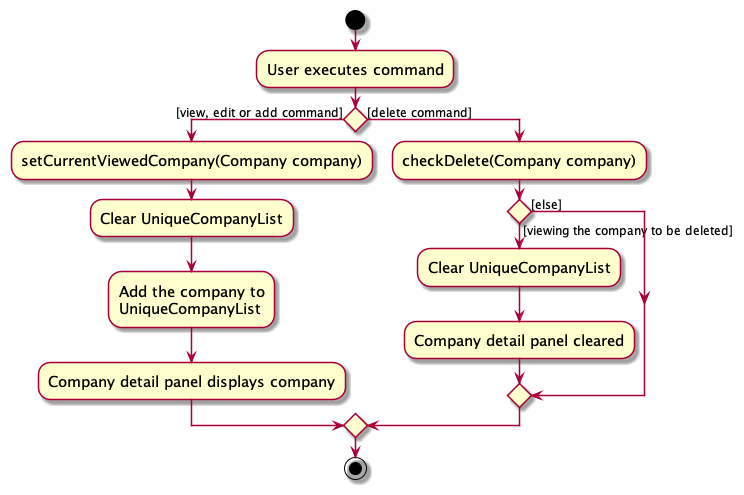
Above: docs/images/CompanyDetailPanelActivityDiagram.png in tayruxin/tp (PlantUML), before the change.
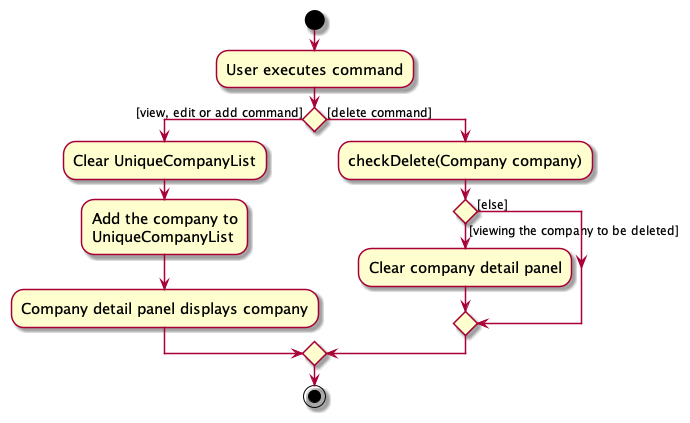
After the change.

What changed in the source:
```diff
@@ -7,7 +7,6 @@
 
 
 if () then ([view, edit or add command])
-    :setCurrentViewedCompany(Company company);
     :Clear UniqueCompanyList;
     :Add the company to
     UniqueCompanyList;
@@ -15,8 +14,7 @@
 else ([delete command])
     :checkDelete(Company company);
     if () then ([viewing the company to be deleted])
-        :Clear UniqueCompanyList;
-        :Company detail panel cleared;
+        :Clear company detail panel;
     else ([else])
     endif
 
```
